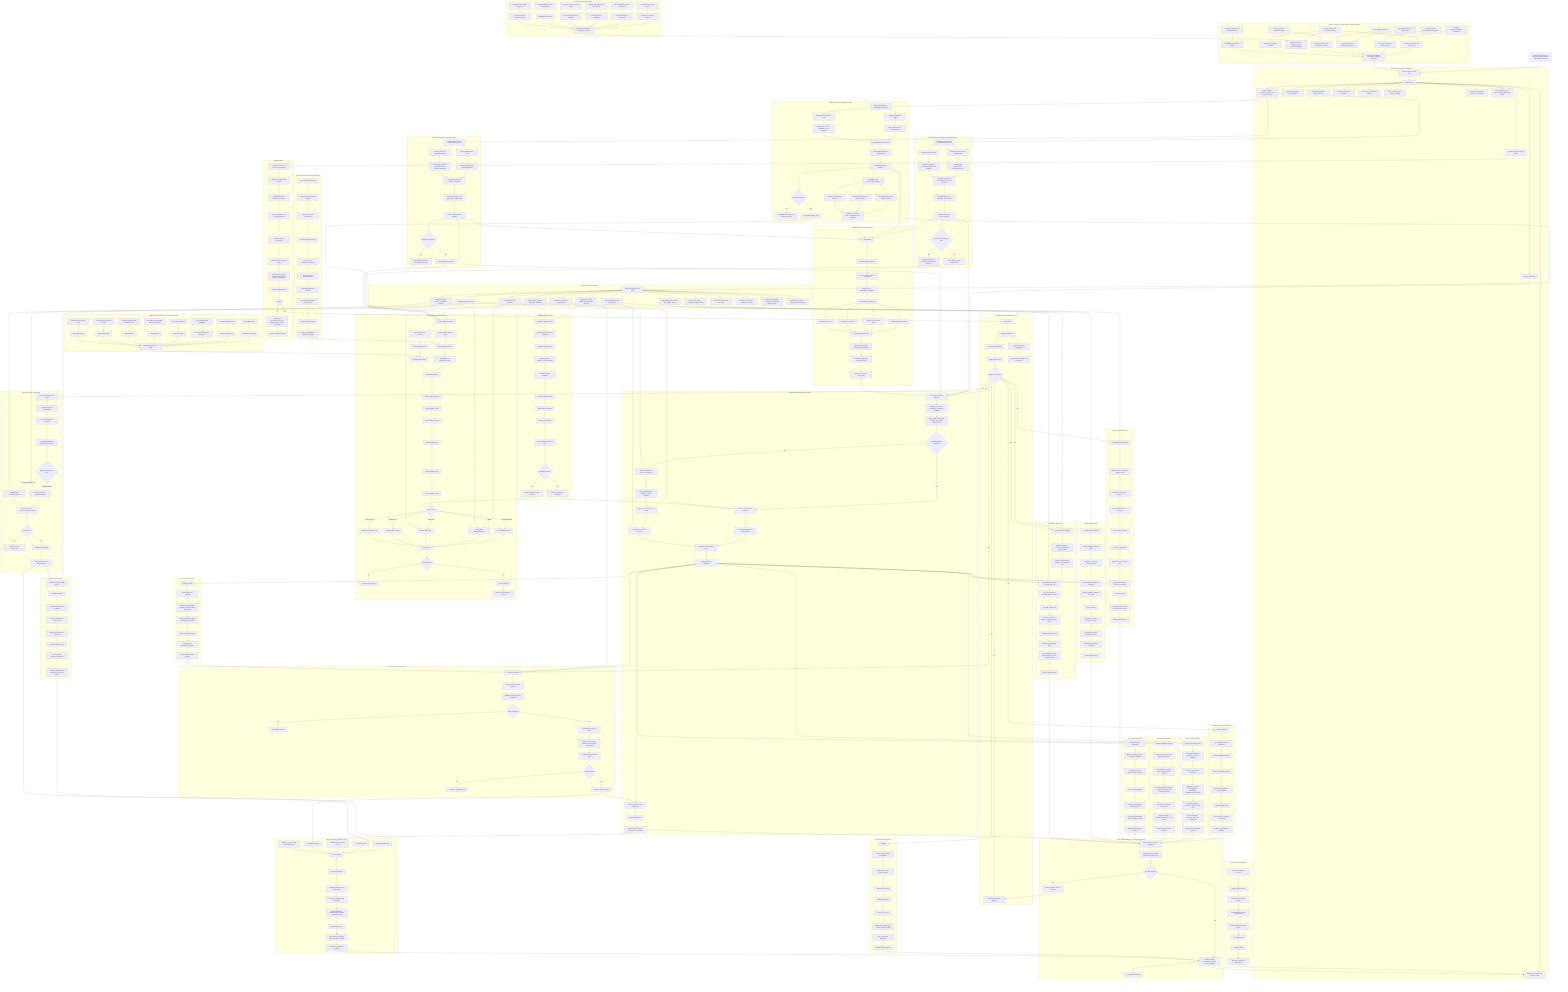
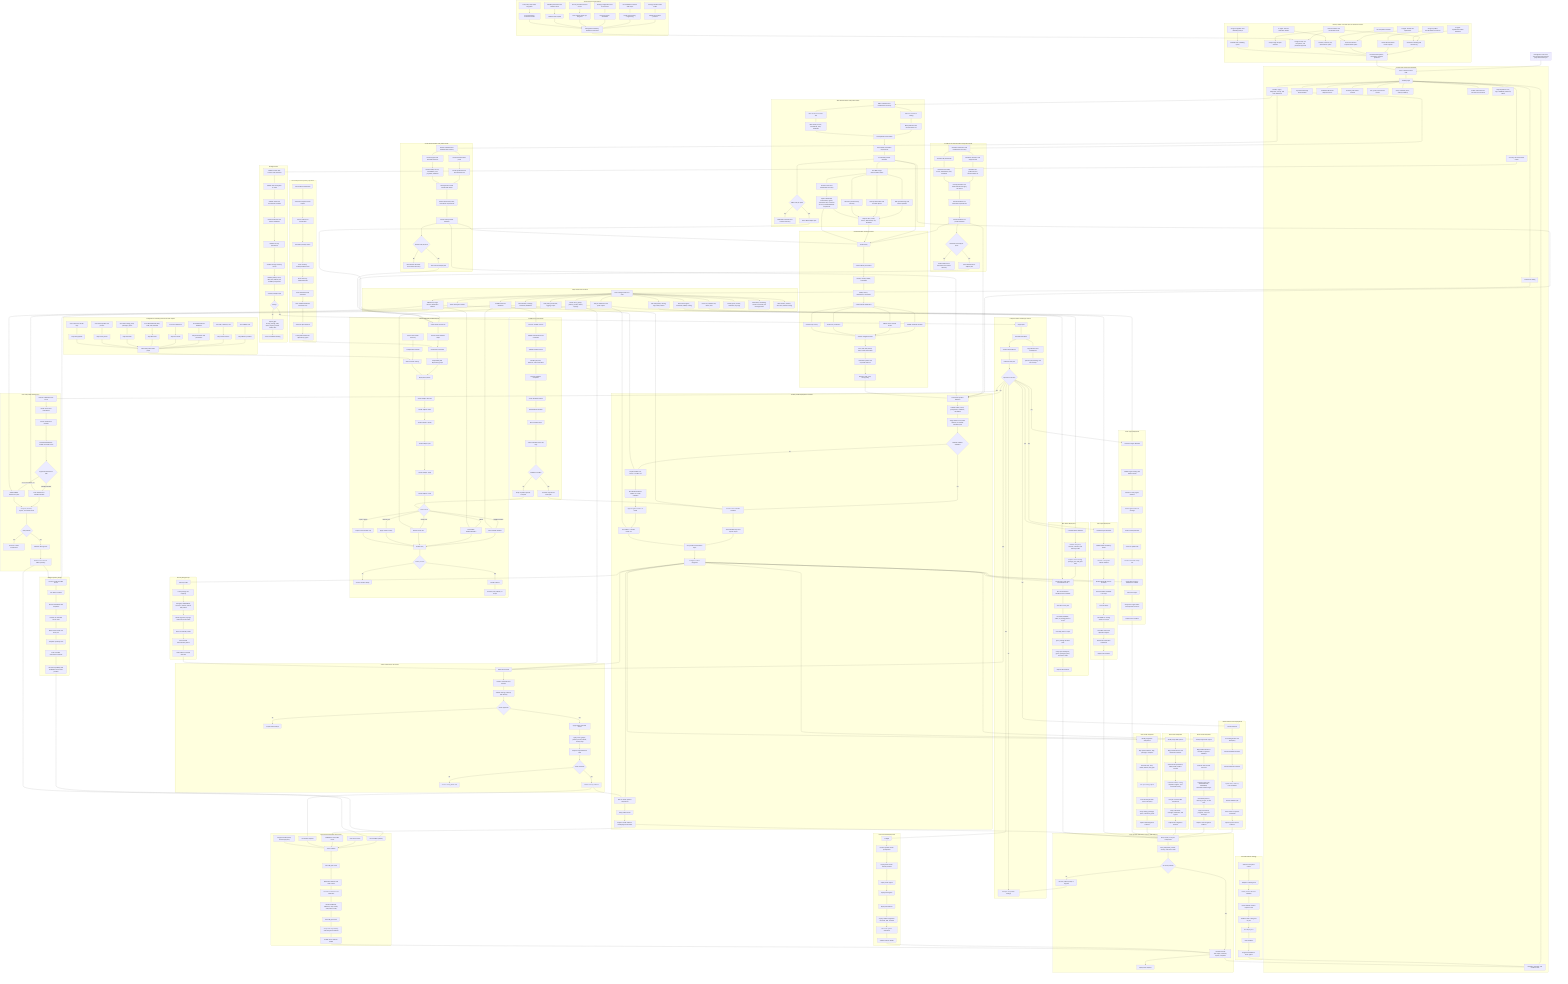
flowchart TD
    START["Management scale view<br/>z/OS provisioning and third-party software lifecycle"] --> CN["Linux or macOS control node"]

    subgraph WORKFORCE["Delivery model: one owner plus AI-assisted execution"]
        OWNER["Human architect and accountable owner"] --> BACKLOG["Architecture backlog and decision log"]
        OWNER --> PRIORITY["Scope triage and pilot selection"]
        OWNER --> REVIEW["Design review, risk acceptance, and production approval"]
        AG1["AI agent: repo/documentation maintainer"] --> BACKLOG
        AG2["AI agent: product documentation researcher"] --> DOCQUEUE["Vendor documentation research queue"]
        AG3["AI agent: Ansible role implementer"] --> ROLEQUEUE["Role and collection implementation queue"]
        AG4["AI agent: test and verification builder"] --> TESTQUEUE["Scenario, molecule, lint, and evidence queue"]
        AG5["AI agent: migration and unwinding analyst"] --> UNWINDQUEUE["Installed-state unwinding queue"]
        COPILOT["IDE completion assistant"] --> ROLEQUEUE
        BACKLOG --> DECISIONS["Recorded assumptions, constraints, and open questions"]
        DOCQUEUE --> DECISIONS
        ROLEQUEUE --> DECISIONS
        TESTQUEUE --> DECISIONS
        UNWINDQUEUE --> DECISIONS
    end

    subgraph CONTROL["Control node and project foundation"]
        CN --> AP["Ansible project"]
        AP --> INV["Inventory and environment model"]
        AP --> ROLES["Shared role catalog"]
        AP --> DATA["Product, region, subsystem, security, and clone definitions"]
        AP --> REPORT["Validation, reporting, and evidence roles"]
        AP --> DOCS["Synchronized design documentation"]
        AP --> DIAGS["Standalone Mermaid diagram sources"]
        AP --> GIT["Git history with atomic commits"]
        AP --> CI["Lint, syntax, and scenario checks"]
        AP --> SECRETS["Vault, credential, token, and key handling"]
        AP --> COLLECTIONS["Ansible collections and execution environments"]
        AP --> TEMPLATES["Jinja templates for JCL, SQL, PARMLIB, PROCLIB, RACF"]
    end

    subgraph ARCH["Target architecture surfaces"]
        ROLES --> ZOS["z/OS managed node over SSH"]
        ZOS --> ZOSMF["z/OSMF APIs and workflows"]
        ZOS --> ZOAU["ZOAU and Python runtime"]
        ZOS --> JES["JES job submission and spool capture"]
        ZOS --> MVS["MVS datasets, catalogs, PROCLIB, PARMLIB"]
        ZOS --> USS["USS paths, permissions, tagging, scripts"]
        ZOS --> SMPE["SMP/E CSI, target libraries, distribution libraries"]
        ZOS --> RACF["RACF users, groups, profiles, permits, OMVS, keyrings"]
        ZOS --> CICSAPI["CICS TS, CICSPlex SM, CMCI, CSD"]
        ZOS --> IMSAPI["IMS control regions, commands, DBRC, catalog"]
        ZOS --> DB2API["Db2 subsystems, catalog, SQL, BIND, utilities"]
        ZOS --> TCPIP["TCP/IP, ports, resolver, certificates, keyrings"]
        ZOS --> AUTO["Automation, scheduling, console command, and message hooks"]
        ZOS --> STORAGE["SMS classes, volumes, ACS rules, dataset naming"]
    end

    subgraph PREFLIGHT["Preflight checks"]
        INV --> PF1["Validate control node versions and collections"]
        PF1 --> PF2["Validate SSH and Python on z/OS"]
        PF2 --> PF3["Validate ZOAU and environment variables"]
        PF3 --> PF4["Gather z/OS facts and dataset standards"]
        PF4 --> PF5["Validate security permissions"]
        PF5 --> PF6["Validate storage and HLQ access"]
        PF6 --> PF7["Validate product, CICS, IMS, Db2, SMP/E, and z/OSMF prerequisites"]
        PF7 --> PF8["Produce preflight report"]
        PF8 --> PFGATE{"Ready?"}
        PFGATE -- "No" --> PFGAP["Report gaps<br/>security, storage, SSH, ZOAU, Python, product media, APIs"]
        PFGAP --> PFFOLLOW["Create remediation backlog"]
    end

    subgraph INTAKE["Enterprise intake and design controls"]
        PFGATE -- "Yes" --> IN1["Stage inputs"]
        IN1 --> IN2["Normalize definitions"]
        IN2 --> IN3["Resolve dependencies"]
        IN3 --> IN4["Build execution plan"]
        IN4 --> IN5{"Approval to execute?"}
        IN5 -- "No" --> IN6["Hold plan and publish findings"]
        IN2 --> IN7["Tag unknowns and assumptions"]
        IN7 --> IN8["Split into pilot, backlog, and out-of-scope"]
    end

    subgraph ZOSMFCTRL["z/OSMF-first control model"]
        ZM1["Discover z/OSMF services"] --> ZM2["Validate authentication and certificates"]
        ZM2 --> ZM3["Validate workflow service"]
        ZM3 --> ZM4["Validate jobs, files, datasets, and console APIs"]
        ZM4 --> ZM5["Register workflow templates"]
        ZM5 --> ZM6["Create workflow instance"]
        ZM6 --> ZM7["Bind workflow variables"]
        ZM7 --> ZM8["Drive workflow steps"]
        ZM8 --> ZM9["Collect workflow status and logs"]
        ZM9 --> ZM10{"Workflow reusable?"}
        ZM10 -- "Yes" --> ZM11["Promote as preferred install path"]
        ZM10 -- "No" --> ZM12["Wrap as product-specific exception"]
    end

    subgraph PRODUCTMODEL["Product definition schema pressure"]
        PD1["Vendor family"] --> PD2["Product identity and aliases"]
        PD2 --> PD3["Version, release, FMIDs, SYSMODs"]
        PD3 --> PD4["Media, service, HOLDDATA, checksums"]
        PD4 --> PD5["Install method classification"]
        PD5 --> PD6["z/OSMF workflow variables"]
        PD5 --> PD7["SMP/E zones and CSI model"]
        PD5 --> PD8["Vendor JCL parameters"]
        PD5 --> PD9["Runtime-only overlay"]
        PD6 --> PD10["Runtime integration hooks"]
        PD7 --> PD10
        PD8 --> PD10
        PD9 --> PD10
        PD10 --> PD11["CICS, IMS, Db2, RACF, USS, TCP/IP, automation"]
        PD11 --> PD12["Verification probes and expected evidence"]
        PD12 --> PD13["Backout, hold, soak, accept policy"]
    end

    subgraph BMC["BMC documentation and product intake"]
        BMC1["BMC entitlement and installed-state inventory"] --> BMC2["BMC documentation catalog"]
        BMC1 --> BMC3["BMC Product Download Tool"]
        BMC2 --> BMC4["BMC product/version documentation set"]
        BMC3 --> BMC5["BMC media, service, HOLDDATA, tools, workflows"]
        BMC4 --> BMC6["Classify BMC install method"]
        BMC5 --> BMC6
        BMC6 --> BMC7["Extract BMC automation requirements"]
        BMC7 --> BMC8["Create BMC product definition"]
        BMC8 --> BMC9{"BMC ready for pilot?"}
        BMC9 -- "No" --> BMC10["Mark BMC unknowns and continue discovery"]
        BMC9 -- "Yes" --> BMC11["Select BMC adapter pilot"]
        BMC8 --> BMC12["First BMC target documentation intake"]
        BMC12 --> BMC13["AMI Ops Monitoring and monitor products"]
        BMC12 --> BMC14["AMI Ops Automation and licensed options"]
        BMC12 --> BMC15["AMI DevX product-family inventory"]
+         BMC12 --> BMC17["Control-M suite and INCONTROL inventory"]
        BMC13 --> BMC16["Capture docs, media, service, HOLDDATA, JCL, workflows"]
        BMC14 --> BMC16
        BMC15 --> BMC16
+         BMC17 --> BMC18["Capture distributed orchestration, agents, Automation API, Control-M for z/OS, and INCONTROL components"]
+         BMC18 --> BMC16
    end

    subgraph BROADCOM["Broadcom CA documentation and product intake"]
        CA1["Broadcom entitlement and installed-state inventory"] --> CA2["Broadcom TechDocs and Support Portal"]
        CA1 --> CA3["Broadcom My Downloads"]
        CA2 --> CA4["Broadcom CA product/version documentation set"]
        CA3 --> CA5["Broadcom CA media, service, HOLDDATA, tools, workflows"]
        CA4 --> CA6["Classify Broadcom CA install method and legacy CA aliases"]
        CA5 --> CA6
        CA6 --> CA7["Extract Broadcom CA automation requirements"]
        CA7 --> CA8["Create Broadcom CA product definition"]
        CA8 --> CA9{"Broadcom CA ready for pilot?"}
        CA9 -- "No" --> CA10["Mark Broadcom CA unknowns and continue discovery"]
        CA9 -- "Yes" --> CA11["Select Broadcom CA adapter pilot"]
    end

    subgraph ROCKET["Rocket documentation and product intake"]
        RK1["Rocket entitlement and installed-state inventory"] --> RK2["Rocket documentation portal"]
        RK1 --> RK3["Rocket support and download channels"]
        RK2 --> RK4["Rocket product/version documentation set"]
        RK3 --> RK5["Rocket media, service, HOLDDATA, USS payloads, workflows"]
        RK4 --> RK6["Classify Rocket install method and aliases"]
        RK5 --> RK6
        RK6 --> RK7["Extract Rocket MVS, USS, and runtime requirements"]
        RK7 --> RK8["Create Rocket product definition"]
        RK8 --> RK9{"Rocket ready for pilot?"}
        RK9 -- "No" --> RK10["Mark Rocket unknowns and continue discovery"]
        RK9 -- "Yes" --> RK11["Select Rocket adapter pilot"]
    end

    subgraph VENDORLIFE["Generic third-party vendor lifecycle"]
        VD1["Vendor media and service"] --> VD2["Internal vendor software depot"]
        VD2 --> VD3["Product bill of materials"]
        VD3 --> VD4["Compatibility and dependency graph"]
        VD5["Current z/OS estate discovery"] --> VD6["Configuration unwinder"]
        VD6 --> VD7["Observed state catalog"]
        VD4 --> VD8["Deployment planner"]
        VD7 --> VD8
        VD8 --> VA1["Vendor adapter: discover"]
        VA1 --> VA2["Vendor adapter: intake"]
        VA2 --> VA3["Vendor adapter: classify"]
        VA3 --> VA4["Vendor adapter: plan"]
        VA4 --> VA5["Vendor adapter: stage"]
        VA5 --> VA6["Vendor adapter: check"]
        VA6 --> VA7{"Install method"}
        VA7 -- "z/OSMF workflow" --> VA8["Drive z/OSMF workflow"]
        VA7 -- "SMP/E" --> VA9["Run SMP/E RECEIVE/APPLY"]
        VA7 -- "Vendor JCL" --> VA10["Submit vendor JCL"]
        VA7 -- "Runtime only" --> VA11["Apply runtime overlay"]
        VA7 -- "Legacy capture" --> VA12["Capture and normalize only"]
        VA8 --> VA13["Vendor verify"]
        VA9 --> VA13
        VA10 --> VA13
        VA11 --> VA13
        VA12 --> VA13
        VA13 --> VA14{"Vendor passed?"}
        VA14 -- "No" --> VA15["Recover vendor change"]
        VA14 -- "Yes" --> VA16["Vendor evidence"]
        VA16 --> VA17["Promote, hold, rollback, or accept"]
    end

    subgraph DEPOT["Internal depot and repository operations"]
        DP1["Raw entitlement download"] --> DP2["Checksum and provenance capture"]
        DP2 --> DP3["License and access classification"]
        DP3 --> DP4["Normalize package names"]
        DP4 --> DP5["Store media by vendor/product/version"]
        DP5 --> DP6["Store service by APAR/PTF/build"]
        DP6 --> DP7["Store HOLDDATA and advisories"]
        DP7 --> DP8["Store z/OSMF workflows and vendor JCL"]
        DP8 --> DP9["Generate depot manifest"]
        DP9 --> DP10["Feed product BOM and dependency graph"]
    end

    subgraph UNWIND["Configuration unwinding and current-state capture"]
        UW1["Scan SMP/E CSIs"] --> UW2["Map FMIDs to products"]
        UW3["Scan APF, LINKLIST, LPA"] --> UW4["Map runtime libraries"]
        UW5["Scan PROCLIB and PARMLIB"] --> UW6["Map started tasks and parameters"]
        UW7["Scan CICS definitions"] --> UW8["Map CICS hooks"]
        UW9["Scan IMS PROCLIB, DBD, PSB, ACB, RECON"] --> UW10["Map IMS hooks"]
        UW11["Scan Db2 catalog, plans, packages, grants"] --> UW12["Map Db2 hooks"]
        UW13["Scan RACF profiles and permits"] --> UW14["Map security hooks"]
        UW15["Scan USS trees and file tags"] --> UW16["Map USS payloads"]
        UW2 --> UW17["Observed product state graph"]
        UW4 --> UW17
        UW6 --> UW17
        UW8 --> UW17
        UW10 --> UW17
        UW12 --> UW17
        UW14 --> UW17
        UW16 --> UW17
    end

    subgraph VENDORDEPLOY["Vendor product deployment execution"]
        VP1["Load vendor product definition"] --> VP2["Validate media, license, prerequisites, workflows, and FMIDs"]
        VP2 --> VP3["Stage media to USS, MVS datasets, or z/OSMF workflow inputs"]
        VP3 --> VP4{"z/OSMF workflow available?"}
        VP4 -- "Yes" --> VP5["Create or drive z/OSMF workflow"]
        VP4 -- "No" --> VP6["Prepare SMP/E CSI, zones, or vendor JCL"]
        VP5 --> VP7["Track workflow steps and capture output"]
        VP6 --> VP8["Run RECEIVE/APPLY CHECK or vendor validation"]
        VP8 --> VP9["Approval gate for APPLY or install"]
        VP9 --> VP10["Run APPLY or vendor install JCL"]
        VP7 --> VP11["Run product customization steps"]
        VP10 --> VP11
        VP11 --> VP12["Configure runtime integration"]
        VP12 --> VP13["Start or refresh product components"]
        VP13 --> VP14["Verify product status"]
        VP14 --> VP15["Capture vendor evidence and deployment manifest"]
    end

    subgraph SHAREDZOS["Shared z/OS services deployment"]
        SZ1["Allocate datasets"] --> SZ2["Set catalog aliases and SMS policy"]
        SZ2 --> SZ3["Render PARMLIB members"]
        SZ3 --> SZ4["Render PROCLIB members"]
        SZ4 --> SZ5["Update APF, LINKLIST, LPA candidates"]
        SZ5 --> SZ6["Submit validation jobs"]
        SZ6 --> SZ7["Issue refresh or operator commands"]
        SZ7 --> SZ8["Capture system-service evidence"]
    end

    subgraph CICS["CICS region deployment"]
        C1["Load CICS region definition"] --> C2["Validate region naming and dataset model"]
        C2 --> C3["Allocate or verify region datasets"]
        C3 --> C4["Initialize global and local catalogs"]
        C4 --> C5["Create auxiliary datasets"]
        C5 --> C6["Create or update CSD"]
        C6 --> C7["Render and install startup JCL"]
        C7 --> C8["Apply CMCI resource definitions if enabled"]
        C8 --> C9["Start CICS region"]
        C9 --> C10["Verify CICS region status and expected resources"]
        C10 --> C11["Capture CICS evidence"]
    end

    subgraph CICSINTEG["CICS vendor integration"]
        CI1["Identify target CICS regions"] --> CI2["Map product libraries to DFHRPL or dynamic LIBRARY"]
        CI2 --> CI3["Generate CSD or BAS resources"]
        CI3 --> CI4["Apply PLT, SIT, TDQ, TCPIPSERVICE, PROGRAM, TRANSACTION changes"]
        CI4 --> CI5["Coordinate phase-in, newcopy, recycle, or cold start"]
        CI5 --> CI6["Verify transactions, programs, exits, and messages"]
        CI6 --> CI7["Capture CICS integration evidence"]
    end

    subgraph IMS["IMS region deployment"]
        I1["Load IMS region definition"] --> I2["Validate IMSID and library model"]
        I2 --> I3["Allocate or verify IMS runtime datasets"]
        I3 --> I4["Render PROCLIB and JCL members"]
        I4 --> I5["Generate DBDs and PSBs if in scope"]
        I5 --> I6["Generate ACBs"]
        I6 --> I7["Run DBRC or catalog actions if in scope"]
        I7 --> I8["Start IMS control and dependent regions"]
        I8 --> I9["Submit IMS verification commands"]
        I9 --> I10["Capture IMS evidence"]
    end

    subgraph IMSINTEG["IMS vendor integration"]
        II1["Identify target IMS systems"] --> II2["Map product libraries and PROCLIB members"]
        II2 --> II3["Generate IMS parameters, DBDs, PSBs, ACBs if needed"]
        II3 --> II4["Coordinate DBRC, catalog, dependent regions, and command security"]
        II4 --> II5["Recycle or refresh IMS components"]
        II5 --> II6["Verify commands, messages, databases, and regions"]
        II6 --> II7["Capture IMS integration evidence"]
    end

    subgraph DB2["Db2 artifact deployment"]
        D1["Load Db2 artifact definition"] --> D2["Validate subsystem, schema, collection, and authority model"]
        D2 --> D3["Capture current catalog, package, plan, and grant state"]
        D3 --> D4["Render SQL, bind, utility, and verification JCL"]
        D4 --> D5["Run non-destructive validation where available"]
        D5 --> D6["Run DDL or DCL jobs"]
        D6 --> D7["Run BIND, REBIND, FREE, or package jobs if in scope"]
        D7 --> D8["Run utility jobs if in scope"]
        D8 --> D9["Query catalog and bind state"]
        D9 --> D10["Verify expected objects, grants, packages, plans, and return codes"]
        D10 --> D11["Capture Db2 evidence"]
    end

    subgraph DB2INTEG["Db2 vendor integration"]
        DI1["Identify target Db2 subsystems"] --> DI2["Map product libraries, SQL, packages, and plans"]
        DI2 --> DI3["Generate DDL, DCL, BIND, GRANT, utility jobs"]
        DI3 --> DI4["Run pre-catalog capture"]
        DI4 --> DI5["Execute Db2 jobs with return-code policy"]
        DI5 --> DI6["Verify catalog, packages, plans, collections, grants"]
        DI6 --> DI7["Capture Db2 integration evidence"]
    end

    subgraph RACFCTL["RACF maintenance and control"]
        R1["RACF desired state"] --> R2["Render commands and backout"]
        R2 --> R3["Validate naming, collisions, and authority"]
        R3 --> R4{"RACF approved?"}
        R4 -- "No" --> R5["Report RACF findings"]
        R4 -- "Yes" --> R6["Apply RACF command stream"]
        R6 --> R7["Query users, groups, profiles, permits, OMVS, and keyrings"]
        R7 --> R8["Compare expected RACF state"]
        R8 --> R9{"RACF matched?"}
        R9 -- "No" --> R10["Recover or flag RACF drift"]
        R9 -- "Yes" --> R11["Publish security evidence"]
    end

    subgraph SECURITYDESIGN["Security design scope"]
        SD1["Authority model"] --> SD2["Least-privilege role mapping"]
        SD2 --> SD3["Surrogate, OPERCMDS, FACILITY, dataset, started-task profiles"]
        SD3 --> SD4["OMVS segments, keyrings, certificates, PassTickets"]
        SD4 --> SD5["Clone-local identity model"]
        SD5 --> SD6["Disconnected authentication posture"]
        SD6 --> SD7["Audit evidence and drift detection"]
    end

    subgraph MAINT["z/OS and product maintenance"]
        M1["Discover installed service levels"] --> M2["Intake service and HOLDDATA"]
        M2 --> M3["Create maintenance manifest"]
        M3 --> M4["Run RECEIVE/APPLY CHECK and hold review"]
        M4 --> M5{"Approved maintenance path"}
        M5 -- "z/OSMF workflow" --> M6["Drive maintenance z/OSMF workflow"]
        M5 -- "Generated SMP/E JCL" --> M7["Submit SMP/E maintenance jobs"]
        M6 --> M8["Verify CSI, libraries, reports, and runtime state"]
        M7 --> M8
        M8 --> M9{"Soak passed?"}
        M9 -- "No" --> M10["Recover or hold maintenance"]
        M9 -- "Yes" --> M11["ACCEPT with approval"]
        M11 --> M12["Publish service level to SMP repository"]
    end

    subgraph SMPEFACTORY["SMP/E repository factory"]
        SF1["Receive vendor and IBM service"] --> SF2["Run APPLY CHECK"]
        SF2 --> SF3["Review HOLDDATA and exceptions"]
        SF3 --> SF4["Promote to controlled service level"]
        SF4 --> SF5["Build canonical CSI and library set"]
        SF5 --> SF6["Snapshot repository state"]
        SF6 --> SF7["Emit cloneable maintenance baseline"]
        SF7 --> SF8["Record compatibility with middleware and vendor products"]
    end

    subgraph FULLENV["Full environment deployment"]
        F1["Preflight"] --> F2["Install or update vendor prerequisites"]
        F2 --> F3["Deploy base vendor runtime products"]
        F3 --> F4["Deploy CICS regions"]
        F4 --> F5["Deploy IMS regions"]
        F5 --> F6["Deploy Db2 artifacts"]
        F6 --> F7["Deploy vendor integrations into CICS, IMS, and Db2"]
        F7 --> F8["Run cross-system verification"]
        F8 --> F9["Publish evidence bundle"]
    end

    subgraph CLONE["Disconnected VM guest clone factory"]
        CL1["Internal SMP repository"] --> CL2["Clone manifest"]
        CL3["z/OS service levels"] --> CL2
        CL4["Middleware and vendor levels"] --> CL2
        CL5["Local RACF template"] --> CL2
        CL6["VM guest network, disk, and storage policy"] --> CL2
        CL2 --> CL7["Plan VM guest clone"]
        CL7 --> CL8["Materialize datasets and USS content"]
        CL8 --> CL9["Generate local RACF and certificates"]
        CL9 --> CL10["Render PARMLIB, PROCLIB, JES, TCP/IP, and product config"]
        CL10 --> CL11["Boot VM guest clone"]
        CL11 --> CL12["Verify local-only authority and subsystem readiness"]
        CL12 --> CL13["Publish clone evidence bundle"]
    end

    subgraph TESTING["Test and evidence strategy"]
        T1["Static lint and syntax checks"] --> T2["Template rendering tests"]
        T2 --> T3["Offline product-definition validation"]
        T3 --> T4["Mock z/OSMF and JES response tests"]
        T4 --> T5["Sandbox z/OS or VM guest dry run"]
        T5 --> T6["Pilot deployment"]
        T6 --> T7["Soak validation"]
        T7 --> T8["Regression bundle for future agents"]
    end

    subgraph RISK["Scale and risk communication"]
        K1["No single vendor install model"] --> K2["Adapter-per-product pressure"]
        K3["No established universal SMP repos"] --> K4["Depot and repository engineering"]
        K5["Existing configuration must be unwound"] --> K6["Discovery before automation"]
        K7["Security and disconnected clones"] --> K8["Local authority model per VM guest"]
        K9["z/OSMF preferred but not sufficient alone"] --> K10["Fallbacks still required"]
        K11["CICS, IMS, Db2, RACF integration"] --> K12["Cross-subsystem verification burden"]
        K2 --> K13["Management takeaway: feasible but enormous"]
        K4 --> K13
        K6 --> K13
        K8 --> K13
        K10 --> K13
        K12 --> K13
    end

    subgraph VERIFY["Cross-system verification, recovery, and evidence"]
        X1["Start, refresh, or recycle components"] --> X2["Verify subsystem, product, security, and service state"]
        X2 --> X3{"All checks passed?"}
        X3 -- "No" --> X4["Recover, rollback, hold, or flag drift"]
        X3 -- "Yes" --> X5["Evidence bundle<br/>JES output, manifests, reports, snapshots"]
        X5 --> X6["Deployment complete"]
    end

    DECISIONS --> CN
    DATA --> BMC1
    DATA --> CA1
    DATA --> RK1
    BMC11 --> VD1
    CA11 --> VD1
    RK11 --> VD1
    BMC8 --> VP1
    CA8 --> VP1
    RK8 --> VP1
    BMC8 --> PD1
    BMC16 --> PD1
+     BMC18 --> PD1
    CA8 --> PD1
    RK8 --> PD1
    DP10 --> VD3
    UW17 --> VD7
    PD13 --> VP1

    IN5 -- "Yes" --> VP1
    IN5 -- "Yes" --> SZ1
    IN5 -- "Yes" --> C1
    IN5 -- "Yes" --> I1
    IN5 -- "Yes" --> D1
    IN5 -- "Yes" --> R1
    IN5 -- "Yes" --> M1
    IN5 -- "Yes" --> F1

    ZOSMF --> VA8
    ZOSMF --> VP5
    ZOSMF --> M6
    ZOSMF --> ZM1
    SMPE --> VA9
    SMPE --> VP6
    SMPE --> M7
    SMPE --> SF1
    JES --> VA10
    JES --> VP10
    JES --> D4
    RACF --> R1
    CICSAPI --> C1
    IMSAPI --> I1
    DB2API --> D1

    ZM11 --> VP5
    ZM12 --> VA7
    VP12 --> C8
    VP12 --> I4
    VP12 --> D4
    VP12 --> R1
    VP12 --> CI1
    VP12 --> II1
    VP12 --> DI1
    VP12 --> SD1
    SZ8 --> X1
    CI7 --> X1
    II7 --> X1
    DI7 --> X1
    SD7 --> R1
    R11 --> VP13
    C11 --> X1
    I10 --> X1
    D11 --> X1
    VP15 --> X1
    M12 --> SF1
    SF8 --> CL1
    M12 --> CL1
    VP15 --> CL4
    R11 --> CL5
    F9 --> X5
    CL13 --> X5
    T8 --> REPORT
    K13 --> REVIEW

    X4 --> IN6
    X5 --> REPORT
